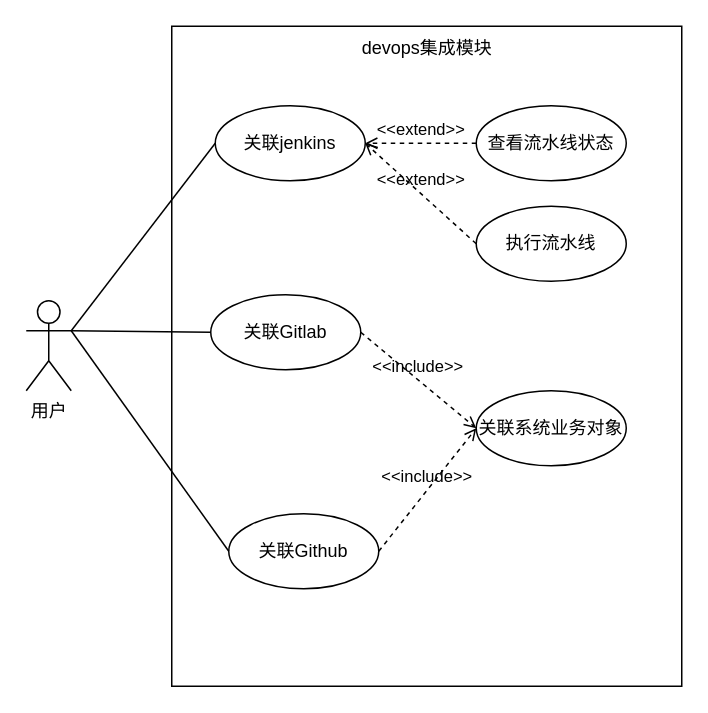
This is devops集成模块需求分析.drawio from qf2020/drawio, a draw.io file, before an edit. Source tidied: cells renumbered, new cells numbered last; positions are measured from the earlier drawing's top-left corner, leaving out a move shared by most shapes. Both pictures are drawn from the tidied source at 150%, with x=0, y=0 at pixel (26, 26).
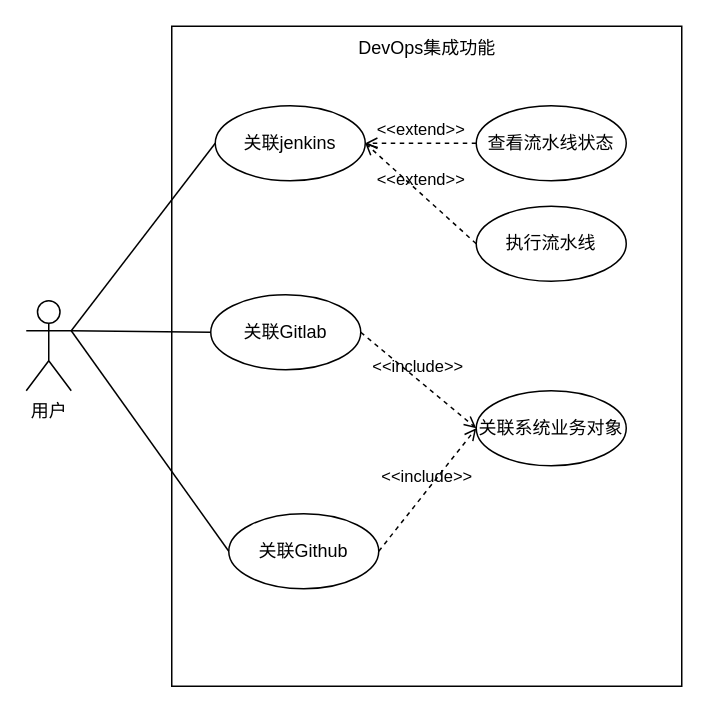
The same page after the edit.

Commit message:
更新devops集成模块需求分析.drawio

What changed in the source:
```diff
@@
 <mxGraphModel>
   <root>
     <mxCell id="0" />
     <mxCell id="1" parent="0" />
     <mxCell id="2" value="用户" style="shape=umlActor;verticalLabelPosition=bottom;verticalAlign=top;html=1;" parent="1" vertex="1">
       <mxGeometry y="183" width="30" height="60" as="geometry" />
     </mxCell>
     <mxCell id="3" style="rounded=0;whiteSpace=wrap;html=1;" parent="1" vertex="1">
       <mxGeometry x="97" width="340" height="440" as="geometry" />
     </mxCell>
-    <mxCell id="4" value="devops集成模块" style="text;html=1;align=center;verticalAlign=middle;whiteSpace=wrap;rounded=0;" parent="1" vertex="1">
+    <mxCell id="4" value="DevOps集成功能" style="text;html=1;align=center;verticalAlign=middle;whiteSpace=wrap;rounded=0;" parent="1" vertex="1">
       <mxGeometry x="217.5" width="99" height="30" as="geometry" />
     </mxCell>
     <mxCell id="5" value="查看流水线状态" style="ellipse;whiteSpace=wrap;html=1;" parent="1" vertex="1">
       <mxGeometry x="300" y="53" width="100" height="50" as="geometry" />
     </mxCell>
     <mxCell id="6" value="关联jenkins" style="ellipse;whiteSpace=wrap;html=1;" parent="1" vertex="1">
       <mxGeometry x="126" y="53" width="100" height="50" as="geometry" />
     </mxCell>
     <mxCell id="7" value="关联Github" style="ellipse;whiteSpace=wrap;html=1;" parent="1" vertex="1">
       <mxGeometry x="135" y="325" width="100" height="50" as="geometry" />
     </mxCell>
     <mxCell id="8" value="关联Gitlab" style="ellipse;whiteSpace=wrap;html=1;" parent="1" vertex="1">
       <mxGeometry x="123" y="179" width="100" height="50" as="geometry" />
     </mxCell>
     <mxCell id="9" value="执行流水线" style="ellipse;whiteSpace=wrap;html=1;" parent="1" vertex="1">
       <mxGeometry x="300" y="120" width="100" height="50" as="geometry" />
     </mxCell>
     <mxCell id="10" value="关联系统业务对象" style="ellipse;whiteSpace=wrap;html=1;" parent="1" vertex="1">
       <mxGeometry x="300" y="243" width="100" height="50" as="geometry" />
     </mxCell>
     <mxCell id="11" value="&amp;lt;&amp;lt;include&amp;gt;&amp;gt;" style="html=1;verticalAlign=bottom;labelBackgroundColor=none;endArrow=open;endFill=0;dashed=1;rounded=0;exitX=1;exitY=0.5;exitDx=0;exitDy=0;entryX=0;entryY=0.5;entryDx=0;entryDy=0;" parent="1" edge="1" source="8" target="10">
       <mxGeometry relative="1" as="geometry" />
     </mxCell>
     <mxCell id="12" value="&amp;lt;&amp;lt;include&amp;gt;&amp;gt;" style="html=1;verticalAlign=bottom;labelBackgroundColor=none;endArrow=open;endFill=0;dashed=1;rounded=0;exitX=1;exitY=0.5;exitDx=0;exitDy=0;entryX=0;entryY=0.5;entryDx=0;entryDy=0;" parent="1" edge="1" source="7" target="10">
       <mxGeometry relative="1" as="geometry" />
     </mxCell>
     <mxCell id="13" value="&amp;lt;&amp;lt;extend&amp;gt;&amp;gt;" style="html=1;verticalAlign=bottom;labelBackgroundColor=none;endArrow=open;endFill=0;dashed=1;rounded=0;exitX=0;exitY=0.5;exitDx=0;exitDy=0;entryX=1;entryY=0.5;entryDx=0;entryDy=0;" parent="1" edge="1" source="5" target="6">
       <mxGeometry relative="1" as="geometry" />
     </mxCell>
     <mxCell id="14" value="&amp;lt;&amp;lt;extend&amp;gt;&amp;gt;" style="html=1;verticalAlign=bottom;labelBackgroundColor=none;endArrow=open;endFill=0;dashed=1;rounded=0;exitX=0;exitY=0.5;exitDx=0;exitDy=0;entryX=1;entryY=0.5;entryDx=0;entryDy=0;" parent="1" edge="1" source="9" target="6">
       <mxGeometry relative="1" as="geometry" />
     </mxCell>
     <mxCell id="15" style="endArrow=none;html=1;rounded=0;exitX=1;exitY=0.3333333333333333;exitDx=0;exitDy=0;exitPerimeter=0;entryX=0;entryY=0.5;entryDx=0;entryDy=0;" parent="1" edge="1" source="2" target="7">
       <mxGeometry relative="1" as="geometry" />
     </mxCell>
     <mxCell id="16" style="endArrow=none;html=1;rounded=0;exitX=1;exitY=0.3333333333333333;exitDx=0;exitDy=0;exitPerimeter=0;entryX=0;entryY=0.5;entryDx=0;entryDy=0;" parent="1" edge="1" source="2" target="8">
       <mxGeometry relative="1" as="geometry" />
     </mxCell>
     <mxCell id="17" style="endArrow=none;html=1;rounded=0;entryX=0;entryY=0.5;entryDx=0;entryDy=0;exitX=1;exitY=0.3333333333333333;exitDx=0;exitDy=0;exitPerimeter=0;" parent="1" edge="1" source="2" target="6">
       <mxGeometry relative="1" as="geometry" />
     </mxCell>
   </root>
 </mxGraphModel>
```
